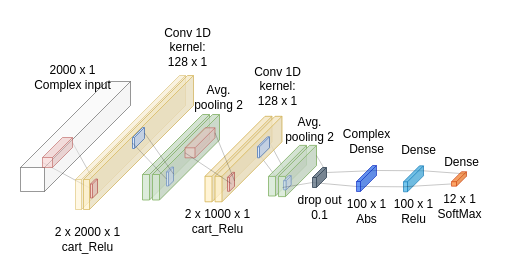
Above: Examples/img/CVNN.drawio in mkashani-phd/BLEWBAN_Dataset (draw.io), before the change. Source tidied: cells renumbered, new cells numbered last; positions are measured from the earlier drawing's top-left corner, leaving out a move shared by most shapes. Both pictures are drawn from the tidied source at 100%, with x=0, y=0 at pixel (20, 17).
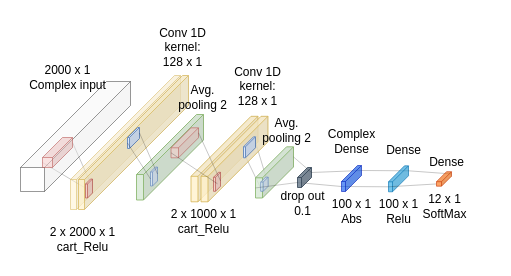
After the change.

Unchanged cells that the change refers to:
```xml
<mxCell id="32" style="shape=cube;whiteSpace=wrap;html=1;boundedLbl=1;backgroundOutline=1;darkOpacity=0.05;darkOpacity2=0.1;size=5;rotation=0;flipV=0;flipH=1;fillColor=#f8cecc;strokeColor=#b85450;opacity=70;" parent="28" vertex="1">
  <mxGeometry x="55" y="56" width="7" height="19" as="geometry" />
</mxCell>
<mxCell id="39" value="&amp;nbsp;" style="shape=cube;whiteSpace=wrap;html=1;boundedLbl=1;backgroundOutline=1;darkOpacity=0.05;darkOpacity2=0.1;size=31;rotation=0;flipV=0;flipH=1;fillColor=#d5e8d4;strokeColor=#82b366;opacity=80;" parent="37" vertex="1">
  <mxGeometry x="10" y="39.9" width="38" height="51.2" as="geometry" />
</mxCell>
```

Diff of the diagram source:
```diff
@@
     <mxCell id="4" value="Conv 1D&lt;br&gt;kernel: &lt;br&gt;128 x 1" style="text;html=1;align=center;verticalAlign=middle;strokeColor=none;fillColor=none;" parent="1" vertex="1">
-      <mxGeometry x="222" y="38.8" width="70" height="60" as="geometry" />
+      <mxGeometry x="202" y="38.8" width="70" height="60" as="geometry" />
     </mxCell>
@@
     <mxCell id="13" style="group;" parent="1" vertex="1">
-      <mxGeometry x="22" y="20" width="221" height="221.5" as="geometry" />
+      <mxGeometry x="17" y="20" width="221" height="221.5" as="geometry" />
     </mxCell>
@@
     <mxCell id="20" style="group;" parent="13" vertex="1">
-      <mxGeometry x="100" y="40" width="111" height="122.5" as="geometry" />
+      <mxGeometry x="89" y="40" width="111" height="122.5" as="geometry" />
     </mxCell>
-    <mxCell id="21" value="&amp;nbsp;" style="shape=cube;whiteSpace=wrap;html=1;boundedLbl=1;backgroundOutline=1;darkOpacity=0.05;darkOpacity2=0.1;size=60;rotation=0;flipV=0;flipH=1;fillColor=#d5e8d4;strokeColor=#82b366;opacity=80;" parent="20" vertex="1">
-      <mxGeometry y="37" width="67" height="85.5" as="geometry" />
-    </mxCell>
@@
     <mxCell id="28" style="group;" parent="1" vertex="1">
-      <mxGeometry x="152" y="98.8" width="109.5" height="125.5" as="geometry" />
+      <mxGeometry x="138" y="98.8" width="109.5" height="125.5" as="geometry" />
     </mxCell>
@@
     <mxCell id="34" style="shape=cube;whiteSpace=wrap;html=1;boundedLbl=1;backgroundOutline=1;darkOpacity=0.05;darkOpacity2=0.1;size=20;rotation=0;flipV=0;flipH=1;fillColor=#f8cecc;strokeColor=#b85450;opacity=55;" parent="28" vertex="1">
-      <mxGeometry x="12.5" y="11.5" width="30" height="30" as="geometry" />
+      <mxGeometry x="12.5" y="11.5" width="27.5" height="30" as="geometry" />
     </mxCell>
@@
-    <mxCell id="36" style="rounded=0;jettySize=auto;html=1;exitX=0;exitY=0;exitDx=30;exitDy=25;exitPerimeter=0;entryX=0;entryY=0;entryDx=3;entryDy=11.5;entryPerimeter=0;endArrow=none;endFill=0;opacity=22;" parent="28" edge="1" source="34" target="32">
+    <mxCell id="36" style="rounded=0;jettySize=auto;html=1;exitX=0;exitY=0;exitDx=27.5;exitDy=25;exitPerimeter=0;entryX=0;entryY=0;entryDx=3;entryDy=11.5;entryPerimeter=0;endArrow=none;endFill=0;opacity=22;" parent="28" edge="1" source="34" target="32">
       <mxGeometry relative="1" as="geometry" />
     </mxCell>
     <mxCell id="37" style="group;" parent="1" vertex="1">
-      <mxGeometry x="248" y="88" width="86" height="91.1" as="geometry" />
+      <mxGeometry x="225" y="89.4" width="97" height="127.6" as="geometry" />
     </mxCell>
-    <mxCell id="38" value="&amp;nbsp;" style="shape=cube;whiteSpace=wrap;html=1;boundedLbl=1;backgroundOutline=1;darkOpacity=0.05;darkOpacity2=0.1;size=31;rotation=0;flipV=0;flipH=1;fillColor=#d5e8d4;strokeColor=#82b366;opacity=80;" parent="37" vertex="1">
-      <mxGeometry y="39.9" width="38" height="50.6" as="geometry" />
-    </mxCell>
@@
+    <mxCell id="54" style="group;" parent="37" vertex="1">
+      <mxGeometry x="27" y="50.6" width="70" height="77" as="geometry" />
+    </mxCell>
+    <mxCell id="55" value="drop out&lt;br&gt;0.1" style="text;html=1;align=center;verticalAlign=middle;strokeColor=none;fillColor=none;" parent="54" vertex="1">
+      <mxGeometry x="-5" y="26" width="70" height="40" as="geometry" />
+    </mxCell>
+    <mxCell id="56" value="&amp;nbsp;" style="shape=cube;whiteSpace=wrap;html=1;boundedLbl=1;backgroundOutline=1;darkOpacity=0.05;darkOpacity2=0.1;size=10;rotation=0;flipV=0;flipH=1;fillColor=#647687;strokeColor=#314354;fontColor=#ffffff;opacity=80;" parent="54" vertex="1">
+      <mxGeometry x="25" y="10" width="14" height="20" as="geometry" />
+    </mxCell>
-    <mxCell id="42" style="edgeStyle=none;rounded=0;jettySize=auto;html=1;entryX=0;entryY=0;entryDx=14;entryDy=15;entryPerimeter=0;endArrow=none;endFill=0;opacity=20;" parent="1" edge="1" target="56">
-      <mxGeometry relative="1" as="geometry">
-        <mxPoint x="262" y="170" as="sourcePoint" />
-      </mxGeometry>
+    <mxCell id="42" style="edgeStyle=none;rounded=0;jettySize=auto;html=1;entryX=0;entryY=0;entryDx=14;entryDy=15;entryPerimeter=0;endArrow=none;endFill=0;opacity=20;exitX=0;exitY=0;exitDx=38;exitDy=41.125;exitPerimeter=0;" parent="37" edge="1" source="39" target="56">
+      <mxGeometry relative="1" as="geometry" />
     </mxCell>
+    <mxCell id="53" style="edgeStyle=none;rounded=0;jettySize=auto;html=1;entryX=0;entryY=0;entryDx=0;entryDy=5;entryPerimeter=0;endArrow=none;endFill=0;opacity=20;exitX=0;exitY=0;exitDx=0;exitDy=10.125;exitPerimeter=0;" parent="37" edge="1" source="39" target="56">
+      <mxGeometry relative="1" as="geometry" />
+    </mxCell>
     <mxCell id="43" style="group;" parent="1" vertex="1">
-      <mxGeometry x="311" y="103.5" width="69" height="111.5" as="geometry" />
+      <mxGeometry x="296" y="103.5" width="69" height="111.5" as="geometry" />
     </mxCell>
@@
     <mxCell id="47" style="group;" parent="1" vertex="1">
-      <mxGeometry x="363" y="112.8" width="70" height="101.5" as="geometry" />
+      <mxGeometry x="348" y="112.8" width="70" height="101.5" as="geometry" />
     </mxCell>
@@
-    <mxCell id="53" style="edgeStyle=none;rounded=0;jettySize=auto;html=1;entryX=0;entryY=0;entryDx=0;entryDy=5;entryPerimeter=0;endArrow=none;endFill=0;opacity=20;exitX=0;exitY=0;exitDx=0;exitDy=10.125;exitPerimeter=0;" parent="1" edge="1" source="39" target="56">
-      <mxGeometry relative="1" as="geometry" />
-    </mxCell>
-    <mxCell id="54" style="group;" parent="1" vertex="1">
-      <mxGeometry x="252" y="140" width="70" height="77" as="geometry" />
-    </mxCell>
-    <mxCell id="55" value="drop out&lt;br&gt;0.1" style="text;html=1;align=center;verticalAlign=middle;strokeColor=none;fillColor=none;" parent="54" vertex="1">
-      <mxGeometry x="12" y="30" width="70" height="40" as="geometry" />
-    </mxCell>
-    <mxCell id="56" value="&amp;nbsp;" style="shape=cube;whiteSpace=wrap;html=1;boundedLbl=1;backgroundOutline=1;darkOpacity=0.05;darkOpacity2=0.1;size=10;rotation=0;flipV=0;flipH=1;fillColor=#647687;strokeColor=#314354;fontColor=#ffffff;opacity=80;" parent="54" vertex="1">
-      <mxGeometry x="40" y="10" width="14" height="20" as="geometry" />
-    </mxCell>
     <mxCell id="57" style="group;" parent="1" vertex="1">
-      <mxGeometry x="403.5" y="130" width="70" height="78.8" as="geometry" />
+      <mxGeometry x="388.5" y="130" width="70" height="78.8" as="geometry" />
     </mxCell>
```
